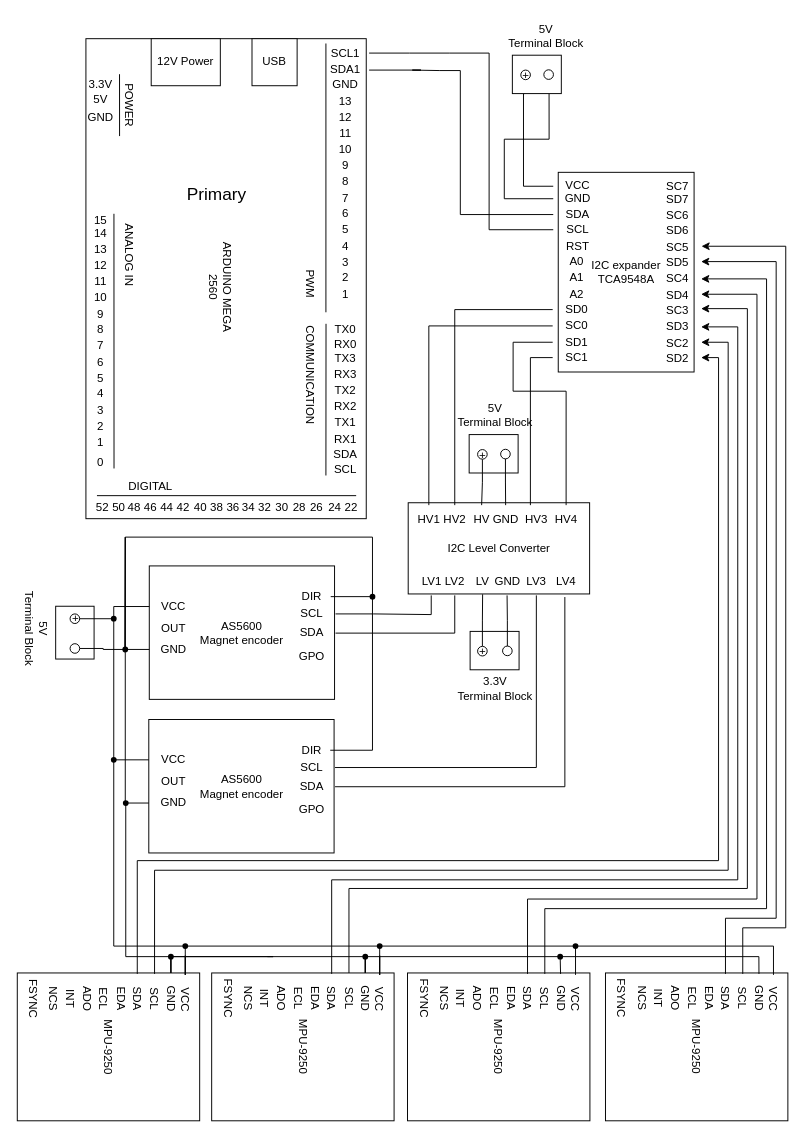
Before: page "Angular Sensors Arm 1" (2 of 7) of Kretstegninger/Arduino koblingstegning.drawio in DAwesomEL/BachelorProsjekt, a draw.io diagram. Source tidied: cells renumbered, new cells numbered last; positions are measured from the earlier drawing's top-left corner, leaving out a move shared by most shapes. Both pictures are drawn from the tidied source at 96%, with x=0, y=0 at pixel (-12, 16).
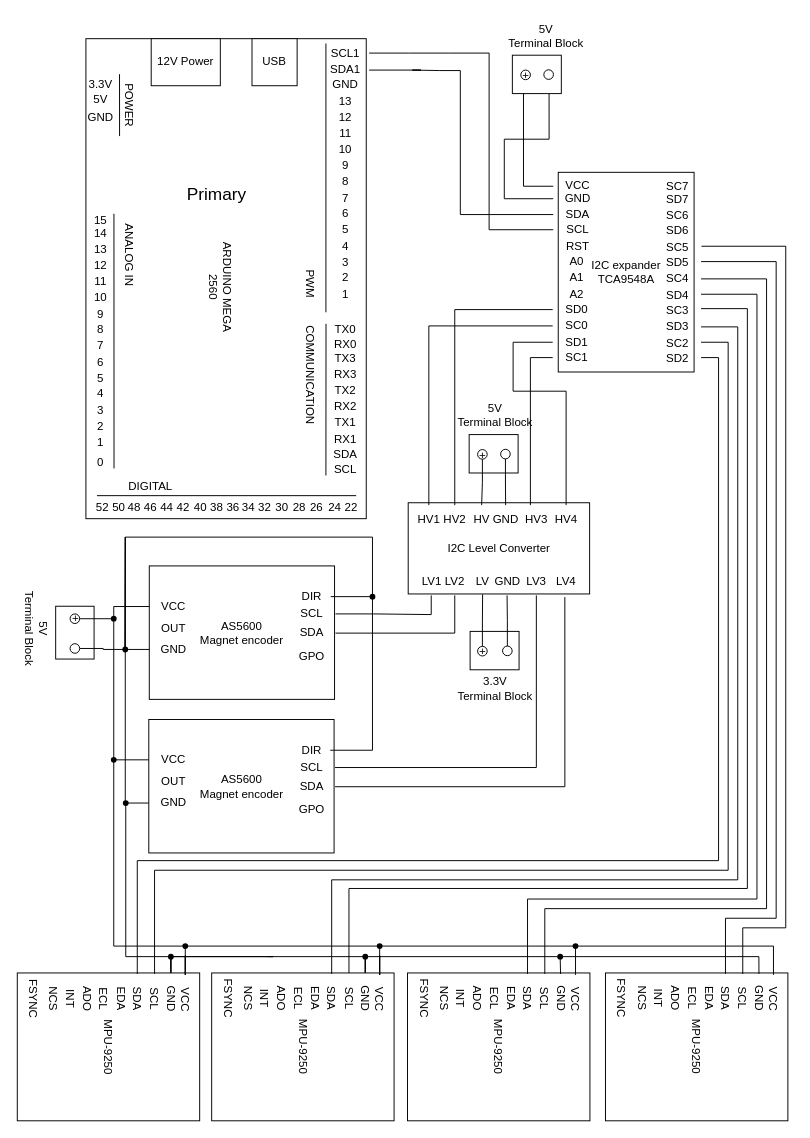
The same diagram, later.

Unchanged cells that the change refers to:
```xml
<mxCell id="132" value="SC5" style="text;html=1;align=center;verticalAlign=middle;points=[];strokeColor=none;fillColor=none;" parent="1" vertex="1">
  <mxGeometry x="692.2" y="224.5" width="50" height="30" as="geometry" />
</mxCell>
<mxCell id="133" value="SD5" style="text;html=1;align=center;verticalAlign=middle;points=[];strokeColor=none;fillColor=none;" parent="1" vertex="1">
  <mxGeometry x="691.8" y="240.5" width="50" height="30" as="geometry" />
</mxCell>
<mxCell id="134" value="SC4" style="text;html=1;align=center;verticalAlign=middle;points=[];strokeColor=none;fillColor=none;" parent="1" vertex="1">
  <mxGeometry x="691.8" y="257.5" width="50" height="30" as="geometry" />
</mxCell>
<mxCell id="135" value="SD4" style="text;html=1;align=center;verticalAlign=middle;points=[];strokeColor=none;fillColor=none;" parent="1" vertex="1">
  <mxGeometry x="691.8" y="274.5" width="50" height="30" as="geometry" />
</mxCell>
<mxCell id="137" value="SD3" style="text;html=1;align=center;verticalAlign=middle;points=[];strokeColor=none;fillColor=none;" parent="1" vertex="1">
  <mxGeometry x="691.8" y="307.5" width="50" height="30" as="geometry" />
</mxCell>
<mxCell id="138" value="SC2" style="text;html=1;align=center;verticalAlign=middle;points=[];strokeColor=none;fillColor=none;" parent="1" vertex="1">
  <mxGeometry x="691.8" y="324.5" width="50" height="30" as="geometry" />
</mxCell>
<mxCell id="139" value="SD2" style="text;html=1;align=center;verticalAlign=middle;points=[];strokeColor=none;fillColor=none;" parent="1" vertex="1">
  <mxGeometry x="691.8" y="340.5" width="50" height="30" as="geometry" />
</mxCell>
<mxCell id="187" value="SDA" style="text;html=1;align=center;verticalAlign=middle;points=[];strokeColor=none;fillColor=none;rotation=90;" parent="1" vertex="1">
  <mxGeometry x="332" y="1007" width="50" height="30" as="geometry" />
</mxCell>
<mxCell id="199" value="SCL" style="text;html=1;align=center;verticalAlign=middle;points=[];strokeColor=none;fillColor=none;rotation=90;" parent="1" vertex="1">
  <mxGeometry x="147.5" y="1007" width="50" height="30" as="geometry" />
</mxCell>
<mxCell id="201" value="SDA" style="text;html=1;align=center;verticalAlign=middle;points=[];strokeColor=none;fillColor=none;rotation=90;" parent="1" vertex="1">
  <mxGeometry x="129.5" y="1007" width="50" height="30" as="geometry" />
</mxCell>
<mxCell id="227" value="SCL" style="text;html=1;align=center;verticalAlign=middle;points=[];strokeColor=none;fillColor=none;rotation=90;" parent="1" vertex="1">
  <mxGeometry x="554" y="1007" width="50" height="30" as="geometry" />
</mxCell>
<mxCell id="229" value="SDA" style="text;html=1;align=center;verticalAlign=middle;points=[];strokeColor=none;fillColor=none;rotation=90;" parent="1" vertex="1">
  <mxGeometry x="536" y="1007" width="50" height="30" as="geometry" />
</mxCell>
<mxCell id="240" value="SCL" style="text;html=1;align=center;verticalAlign=middle;points=[];strokeColor=none;fillColor=none;rotation=90;" parent="1" vertex="1">
  <mxGeometry x="760.2" y="1007" width="50" height="30" as="geometry" />
</mxCell>
<mxCell id="242" value="SDA" style="text;html=1;align=center;verticalAlign=middle;points=[];strokeColor=none;fillColor=none;rotation=90;" parent="1" vertex="1">
  <mxGeometry x="742.2" y="1007" width="50" height="30" as="geometry" />
</mxCell>
```

Change to the diagram source:
```diff
@@
-    <mxCell id="184" style="edgeStyle=orthogonalEdgeStyle;rounded=0;orthogonalLoop=1;jettySize=auto;html=1;" parent="1" edge="1">
+    <mxCell id="184" style="edgeStyle=orthogonalEdgeStyle;rounded=0;orthogonalLoop=1;jettySize=auto;html=1;endArrow=none;endFill=0;" parent="1" edge="1">
       <mxGeometry relative="1" as="geometry">
         <mxPoint x="375" y="996" as="sourcePoint" />
         <mxPoint x="741.8" y="304" as="targetPoint" />
         <Array as="points">
           <mxPoint x="375" y="908" />
           <mxPoint x="790" y="908" />
           <mxPoint x="790" y="304" />
         </Array>
       </mxGeometry>
     </mxCell>
@@
-    <mxCell id="186" style="edgeStyle=orthogonalEdgeStyle;rounded=0;jettySize=auto;html=1;" parent="1" edge="1" source="187" target="137">
+    <mxCell id="186" style="edgeStyle=orthogonalEdgeStyle;rounded=0;jettySize=auto;html=1;endArrow=none;endFill=0;" parent="1" edge="1" source="187" target="137">
       <mxGeometry relative="1" as="geometry">
         <Array as="points">
           <mxPoint x="357" y="899" />
           <mxPoint x="780" y="899" />
           <mxPoint x="780" y="323" />
         </Array>
       </mxGeometry>
     </mxCell>
@@
-    <mxCell id="198" style="edgeStyle=orthogonalEdgeStyle;rounded=0;jettySize=auto;html=1;" parent="1" edge="1" source="199" target="138">
+    <mxCell id="198" style="edgeStyle=orthogonalEdgeStyle;rounded=0;jettySize=auto;html=1;endArrow=none;endFill=0;" parent="1" edge="1" source="199" target="138">
       <mxGeometry relative="1" as="geometry">
         <Array as="points">
           <mxPoint x="173" y="889" />
           <mxPoint x="770" y="889" />
           <mxPoint x="770" y="339" />
         </Array>
       </mxGeometry>
     </mxCell>
@@
-    <mxCell id="200" style="edgeStyle=orthogonalEdgeStyle;rounded=0;jettySize=auto;html=1;" parent="1" edge="1" source="201" target="139">
+    <mxCell id="200" style="edgeStyle=orthogonalEdgeStyle;rounded=0;jettySize=auto;html=1;endArrow=none;endFill=0;" parent="1" edge="1" source="201" target="139">
       <mxGeometry relative="1" as="geometry">
         <Array as="points">
           <mxPoint x="155" y="879" />
           <mxPoint x="760" y="879" />
           <mxPoint x="760" y="355" />
         </Array>
       </mxGeometry>
     </mxCell>
@@
-    <mxCell id="226" style="edgeStyle=orthogonalEdgeStyle;rounded=0;jettySize=auto;html=1;" parent="1" edge="1" source="227" target="134">
+    <mxCell id="226" style="edgeStyle=orthogonalEdgeStyle;rounded=0;jettySize=auto;html=1;endArrow=none;endFill=0;" parent="1" edge="1" source="227" target="134">
       <mxGeometry relative="1" as="geometry">
         <Array as="points">
           <mxPoint x="579" y="929" />
           <mxPoint x="810" y="929" />
           <mxPoint x="810" y="273" />
         </Array>
       </mxGeometry>
     </mxCell>
@@
-    <mxCell id="228" style="edgeStyle=orthogonalEdgeStyle;rounded=0;jettySize=auto;html=1;" parent="1" edge="1" source="229" target="135">
+    <mxCell id="228" style="edgeStyle=orthogonalEdgeStyle;rounded=0;jettySize=auto;html=1;endArrow=none;endFill=0;" parent="1" edge="1" source="229" target="135">
       <mxGeometry relative="1" as="geometry">
         <Array as="points">
           <mxPoint x="561" y="919" />
           <mxPoint x="800" y="919" />
           <mxPoint x="800" y="289" />
         </Array>
       </mxGeometry>
     </mxCell>
@@
-    <mxCell id="239" style="edgeStyle=orthogonalEdgeStyle;rounded=0;jettySize=auto;html=1;" parent="1" edge="1" source="240" target="132">
+    <mxCell id="239" style="edgeStyle=orthogonalEdgeStyle;rounded=0;jettySize=auto;html=1;endArrow=none;endFill=0;" parent="1" edge="1" source="240" target="132">
       <mxGeometry relative="1" as="geometry">
         <Array as="points">
           <mxPoint x="785" y="949" />
           <mxPoint x="830" y="949" />
           <mxPoint x="830" y="239" />
         </Array>
       </mxGeometry>
     </mxCell>
@@
-    <mxCell id="241" style="edgeStyle=orthogonalEdgeStyle;rounded=0;jettySize=auto;html=1;" parent="1" edge="1" source="242" target="133">
+    <mxCell id="241" style="edgeStyle=orthogonalEdgeStyle;rounded=0;jettySize=auto;html=1;endArrow=none;endFill=0;" parent="1" edge="1" source="242" target="133">
       <mxGeometry relative="1" as="geometry">
         <Array as="points">
           <mxPoint x="767" y="939" />
           <mxPoint x="820" y="939" />
           <mxPoint x="820" y="255" />
         </Array>
       </mxGeometry>
     </mxCell>
```
